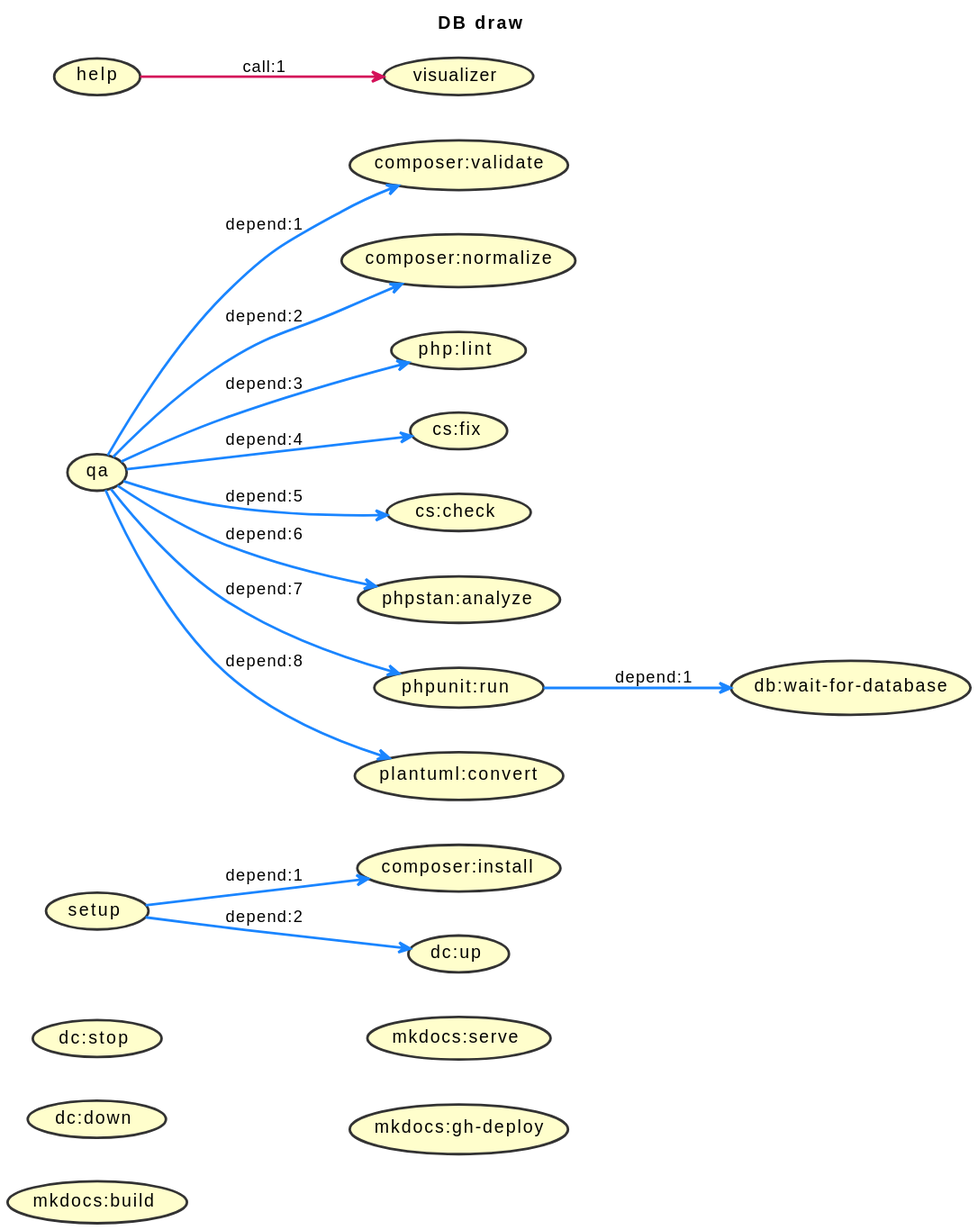
Above: docs/images/build.svg in jawira/db-draw (PlantUML), before the change.
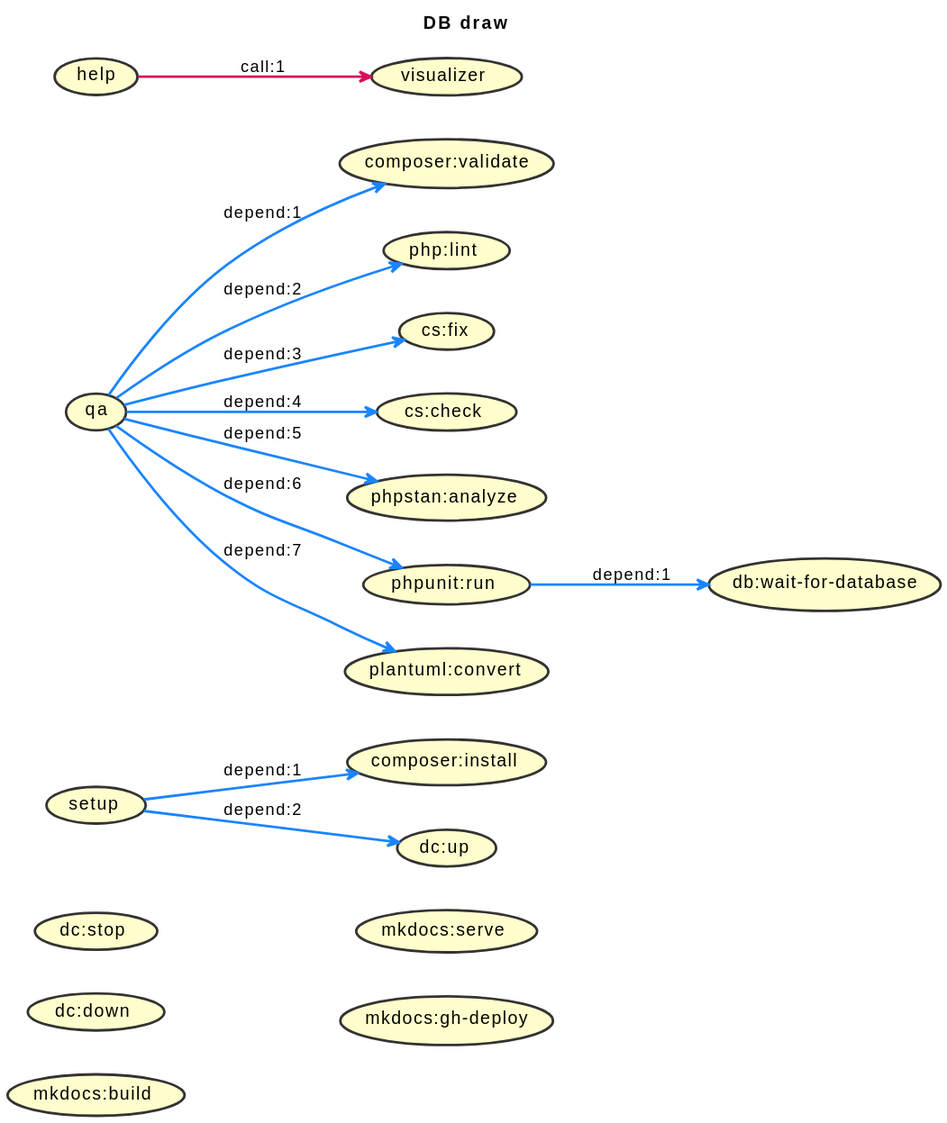
After the change.

Diff of the diagram source:
```diff
@@ -17,13 +17,12 @@
 (setup) -[#1A85FF]-> (composer:install) : depend:1
 (setup) -[#1A85FF]-> (dc:up) : depend:2
 (qa) -[#1A85FF]-> (composer:validate) : depend:1
-(qa) -[#1A85FF]-> (composer:normalize) : depend:2
-(qa) -[#1A85FF]-> (php:lint) : depend:3
-(qa) -[#1A85FF]-> (cs:fix) : depend:4
-(qa) -[#1A85FF]-> (cs:check) : depend:5
-(qa) -[#1A85FF]-> (phpstan:analyze) : depend:6
-(qa) -[#1A85FF]-> (phpunit:run) : depend:7
-(qa) -[#1A85FF]-> (plantuml:convert) : depend:8
+(qa) -[#1A85FF]-> (php:lint) : depend:2
+(qa) -[#1A85FF]-> (cs:fix) : depend:3
+(qa) -[#1A85FF]-> (cs:check) : depend:4
+(qa) -[#1A85FF]-> (phpstan:analyze) : depend:5
+(qa) -[#1A85FF]-> (phpunit:run) : depend:6
+(qa) -[#1A85FF]-> (plantuml:convert) : depend:7
 (phpunit:run) -[#1A85FF]-> (db:wait-for-database) : depend:1
 (help) -[#D41159]-> (visualizer) : call:1
 (setup)
@@ -34,7 +33,6 @@
 (php:lint)
 (phpstan:analyze)
 (composer:validate)
-(composer:normalize)
 (composer:install)
 (plantuml:convert)
 (phpunit:run)
```
